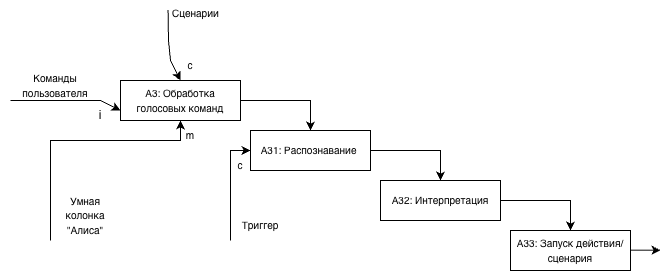
The draw.io diagram Диаграммы (3 Лабораторная работа)/Диаграмма первого уровня А3 (3 Лабораторная).png in motshexe/3103-PGUTISHKI, before a commit. Source tidied: cells renumbered, new cells last; positions are measured from the earlier drawing's top-left corner, leaving out a move shared by most shapes.
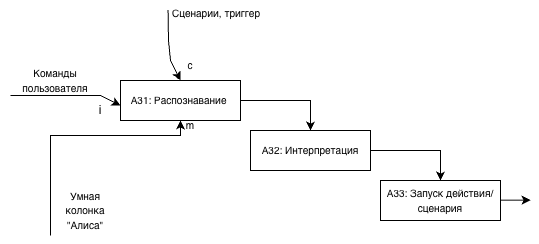
Later version of the same file.

Change to the diagram source:
```diff
@@ -2,49 +2,40 @@
   <root>
     <mxCell id="0" />
     <mxCell id="1" parent="0" />
-    <mxCell id="2" style="edgeStyle=orthogonalEdgeStyle;rounded=0;jettySize=auto;html=1;exitX=1;exitY=0.5;exitDx=0;exitDy=0;entryX=0.5;entryY=0;entryDx=0;entryDy=0;" parent="1" edge="1" source="3" target="12">
-      <mxGeometry relative="1" as="geometry" />
-    </mxCell>
-    <mxCell id="3" value="&lt;font style=&quot;font-size: 10px;&quot;&gt;A3: Обработка голосовых команд&lt;/font&gt;" style="rounded=0;whiteSpace=wrap;html=1;" parent="1" vertex="1">
-      <mxGeometry x="120" y="80" width="120" height="40" as="geometry" />
-    </mxCell>
     <mxCell id="4" value="&lt;font style=&quot;font-size: 10px;&quot;&gt;Команды пользователя&lt;/font&gt;" style="text;html=1;whiteSpace=wrap;strokeColor=none;fillColor=none;align=center;verticalAlign=middle;rounded=0;" parent="1" vertex="1">
-      <mxGeometry y="70" width="110" height="30" as="geometry" />
+      <mxGeometry x="130" y="115" width="110" height="30" as="geometry" />
     </mxCell>
-    <mxCell id="5" style="edgeStyle=none;jettySize=auto;html=1;rounded=0;entryX=0;entryY=0.75;entryDx=0;entryDy=0;" parent="1" edge="1" target="3">
+    <mxCell id="5" style="edgeStyle=none;orthogonalLoop=1;jettySize=auto;html=1;rounded=0;entryX=0;entryY=0.75;entryDx=0;entryDy=0;" parent="1" edge="1">
       <mxGeometry relative="1" as="geometry">
-        <mxPoint x="10" y="100" as="sourcePoint" />
+        <mxPoint x="140" y="145" as="sourcePoint" />
+        <mxPoint x="250" y="155" as="targetPoint" />
         <Array as="points">
-          <mxPoint x="50" y="100" />
-          <mxPoint x="100" y="100" />
+          <mxPoint x="180" y="145" />
+          <mxPoint x="230" y="145" />
         </Array>
       </mxGeometry>
     </mxCell>
     <mxCell id="6" value="i" style="text;html=1;whiteSpace=wrap;strokeColor=none;fillColor=none;align=center;verticalAlign=middle;rounded=0;" parent="1" vertex="1">
-      <mxGeometry x="70" y="100" width="60" height="30" as="geometry" />
+      <mxGeometry x="200" y="145" width="60" height="30" as="geometry" />
     </mxCell>
-    <mxCell id="7" value="Сценарии" style="text;whiteSpace=wrap;fontSize=10;" parent="1" vertex="1">
-      <mxGeometry x="170" width="90" height="40" as="geometry" />
+    <mxCell id="7" value="Сценарии, триггер" style="text;whiteSpace=wrap;fontSize=10;" parent="1" vertex="1">
+      <mxGeometry x="300" y="50" width="90" height="40" as="geometry" />
     </mxCell>
-    <mxCell id="8" style="edgeStyle=none;jettySize=auto;html=1;rounded=0;entryX=0.5;entryY=0;entryDx=0;entryDy=0;exitX=-0.027;exitY=0.235;exitDx=0;exitDy=0;exitPerimeter=0;" parent="1" edge="1" source="7" target="3">
+    <mxCell id="8" style="edgeStyle=none;jettySize=auto;html=1;rounded=0;entryX=0.5;entryY=0;entryDx=0;entryDy=0;exitX=-0.027;exitY=0.235;exitDx=0;exitDy=0;exitPerimeter=0;" parent="1" edge="1" source="7">
       <mxGeometry relative="1" as="geometry">
+        <mxPoint x="310" y="130" as="targetPoint" />
         <Array as="points">
-          <mxPoint x="168" y="40" />
-          <mxPoint x="170" y="60" />
+          <mxPoint x="298" y="90" />
+          <mxPoint x="300" y="110" />
         </Array>
       </mxGeometry>
     </mxCell>
     <mxCell id="9" value="&lt;font style=&quot;font-size: 10px;&quot;&gt;с&lt;/font&gt;" style="text;html=1;whiteSpace=wrap;strokeColor=none;fillColor=none;align=center;verticalAlign=middle;rounded=0;" parent="1" vertex="1">
-      <mxGeometry x="160" y="50" width="60" height="30" as="geometry" />
+      <mxGeometry x="290" y="100" width="60" height="30" as="geometry" />
     </mxCell>
     <mxCell id="10" style="edgeStyle=orthogonalEdgeStyle;rounded=0;jettySize=auto;html=1;exitX=1;exitY=0.5;exitDx=0;exitDy=0;entryX=0.5;entryY=0;entryDx=0;entryDy=0;" parent="1" edge="1" source="12" target="14">
       <mxGeometry relative="1" as="geometry" />
     </mxCell>
-    <mxCell id="11" style="edgeStyle=orthogonalEdgeStyle;rounded=0;jettySize=auto;html=1;exitX=0;exitY=0.5;exitDx=0;exitDy=0;startArrow=classic;startFill=1;endArrow=none;endFill=0;" parent="1" edge="1" source="12">
-      <mxGeometry relative="1" as="geometry">
-        <mxPoint x="230" y="240" as="targetPoint" />
-      </mxGeometry>
-    </mxCell>
     <mxCell id="12" value="&lt;font style=&quot;font-size: 10px;&quot;&gt;A31: Распознавание&amp;nbsp;&lt;/font&gt;" style="rounded=0;whiteSpace=wrap;html=1;" parent="1" vertex="1">
       <mxGeometry x="250" y="130" width="120" height="40" as="geometry" />
     </mxCell>
@@ -64,26 +55,21 @@
       </mxGeometry>
     </mxCell>
     <mxCell id="17" value="&lt;font style=&quot;font-size: 10px;&quot;&gt;Умная колонка &quot;Алиса&quot;&lt;/font&gt;" style="text;html=1;whiteSpace=wrap;strokeColor=none;fillColor=none;align=center;verticalAlign=middle;rounded=0;" parent="1" vertex="1">
-      <mxGeometry x="50" y="200" width="70" height="30" as="geometry" />
+      <mxGeometry x="180" y="245" width="70" height="30" as="geometry" />
     </mxCell>
-    <mxCell id="18" style="edgeStyle=none;jettySize=auto;html=1;rounded=0;entryX=0.5;entryY=1;entryDx=0;entryDy=0;" parent="1" edge="1" target="3">
+    <mxCell id="18" style="edgeStyle=none;orthogonalLoop=1;jettySize=auto;html=1;rounded=0;" parent="1" edge="1">
       <mxGeometry relative="1" as="geometry">
-        <mxPoint x="50" y="240" as="sourcePoint" />
+        <mxPoint x="180" y="285" as="sourcePoint" />
+        <mxPoint x="310" y="170" as="targetPoint" />
         <Array as="points">
-          <mxPoint x="50" y="240" />
-          <mxPoint x="50" y="140" />
-          <mxPoint x="180" y="140" />
+          <mxPoint x="180" y="285" />
+          <mxPoint x="180" y="185" />
+          <mxPoint x="310" y="185" />
         </Array>
       </mxGeometry>
     </mxCell>
     <mxCell id="19" value="&lt;span style=&quot;font-size: 10px;&quot;&gt;m&lt;/span&gt;" style="text;html=1;whiteSpace=wrap;strokeColor=none;fillColor=none;align=center;verticalAlign=middle;rounded=0;" parent="1" vertex="1">
-      <mxGeometry x="160" y="120" width="60" height="30" as="geometry" />
+      <mxGeometry x="290" y="160" width="60" height="30" as="geometry" />
     </mxCell>
-    <mxCell id="20" value="&lt;font style=&quot;font-size: 10px;&quot;&gt;Триггер&lt;/font&gt;" style="text;html=1;whiteSpace=wrap;strokeColor=none;fillColor=none;align=center;verticalAlign=middle;rounded=0;" parent="1" vertex="1">
-      <mxGeometry x="230" y="210" width="60" height="30" as="geometry" />
-    </mxCell>
-    <mxCell id="21" value="&lt;font style=&quot;font-size: 10px;&quot;&gt;с&lt;/font&gt;" style="text;html=1;whiteSpace=wrap;strokeColor=none;fillColor=none;align=center;verticalAlign=middle;rounded=0;" parent="1" vertex="1">
-      <mxGeometry x="210" y="150" width="60" height="30" as="geometry" />
-    </mxCell>
   </root>
 </mxGraphModel>
```
